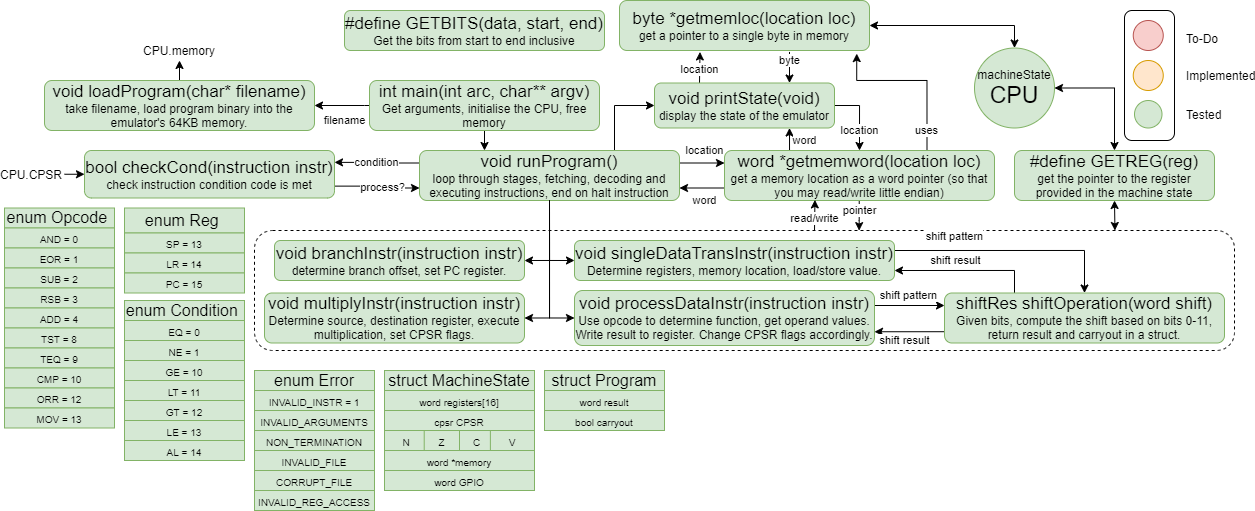
The draw.io diagram doc/img/project status.png in OliverKillane/Arm-11-Group-Project, before a commit. Source tidied: cells renumbered, new cells last; positions are measured from the earlier drawing's top-left corner, leaving out a move shared by most shapes.
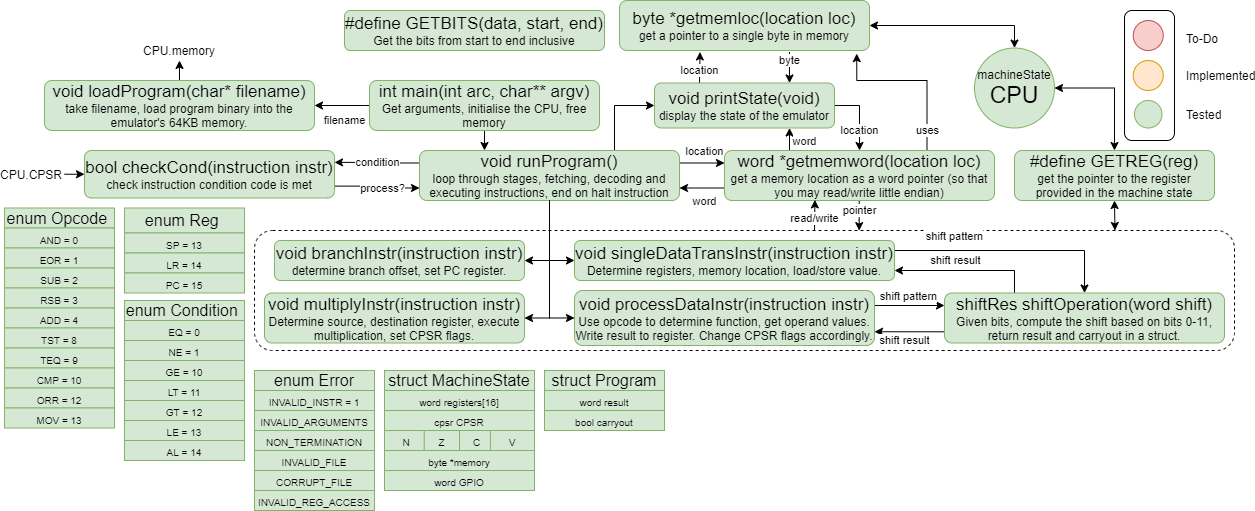
After the commit.

Commit message:
Small change to status diagram

Diff of the diagram source:
```diff
@@ -316,7 +316,7 @@
     <mxCell id="95" value="&lt;font size=&quot;1&quot;&gt;cpsr CPSR&lt;/font&gt;" style="rounded=0;whiteSpace=wrap;html=1;fontSize=16;fillColor=#d5e8d4;strokeColor=#82b366;" parent="92" vertex="1">
       <mxGeometry y="40" width="150" height="20" as="geometry" />
     </mxCell>
-    <mxCell id="96" value="&lt;font size=&quot;1&quot;&gt;word *memory&lt;/font&gt;" style="rounded=0;whiteSpace=wrap;html=1;fontSize=16;fillColor=#d5e8d4;strokeColor=#82b366;" parent="92" vertex="1">
+    <mxCell id="96" value="&lt;font size=&quot;1&quot;&gt;byte *memory&lt;/font&gt;" style="rounded=0;whiteSpace=wrap;html=1;fontSize=16;fillColor=#d5e8d4;strokeColor=#82b366;" parent="92" vertex="1">
       <mxGeometry y="80" width="150" height="20" as="geometry" />
     </mxCell>
     <mxCell id="97" value="&lt;font size=&quot;1&quot;&gt;N&lt;/font&gt;" style="rounded=0;whiteSpace=wrap;html=1;fontSize=16;fillColor=#d5e8d4;strokeColor=#82b366;" parent="92" vertex="1">
```
